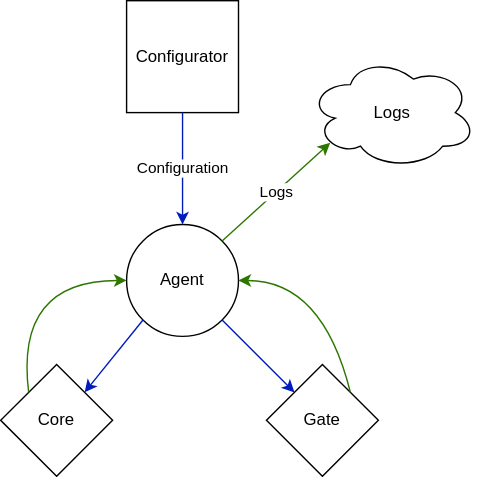
RoboTradeCode/agent keeps this draw.io diagram as scheme.svg. Above is the earlier version. Source tidied: cells renumbered, new cells last; positions are measured from the earlier drawing's top-left corner, leaving out a move shared by most shapes. Its diagram source:
```xml
<mxGraphModel>
  <root>
    <mxCell id="0" />
    <mxCell id="1" parent="0" />
    <mxCell id="2" value="Agent" style="ellipse;whiteSpace=wrap;html=1;" parent="1" vertex="1">
      <mxGeometry x="90" y="160" width="80" height="80" as="geometry" />
    </mxCell>
    <mxCell id="3" value="Configurator" style="whiteSpace=wrap;html=1;" parent="1" vertex="1">
      <mxGeometry x="90" width="80" height="80" as="geometry" />
    </mxCell>
    <mxCell id="4" value="Core" style="rhombus;whiteSpace=wrap;html=1;" parent="1" vertex="1">
      <mxGeometry y="260" width="80" height="80" as="geometry" />
    </mxCell>
    <mxCell id="5" value="Gate" style="rhombus;whiteSpace=wrap;html=1;" parent="1" vertex="1">
      <mxGeometry x="190" y="260" width="80" height="80" as="geometry" />
    </mxCell>
    <mxCell id="6" value="Logs" style="ellipse;shape=cloud;whiteSpace=wrap;html=1;" parent="1" vertex="1">
      <mxGeometry x="220" y="40" width="120" height="80" as="geometry" />
    </mxCell>
    <mxCell id="7" style="endArrow=classic;html=1;rounded=0;entryX=1;entryY=0;entryDx=0;entryDy=0;exitX=0;exitY=1;exitDx=0;exitDy=0;fillColor=#0050ef;strokeColor=#001DBC;" parent="1" edge="1" source="2" target="4">
      <mxGeometry relative="1" as="geometry" />
    </mxCell>
    <mxCell id="8" style="endArrow=classic;html=1;rounded=0;exitX=1;exitY=1;exitDx=0;exitDy=0;entryX=0;entryY=0;entryDx=0;entryDy=0;fillColor=#0050ef;strokeColor=#001DBC;" parent="1" edge="1" source="2" target="5">
      <mxGeometry relative="1" as="geometry" />
    </mxCell>
    <mxCell id="9" value="Configuration" style="endArrow=classic;html=1;rounded=0;entryX=0.5;entryY=0;entryDx=0;entryDy=0;exitX=0.5;exitY=1;exitDx=0;exitDy=0;fillColor=#0050ef;strokeColor=#001DBC;" parent="1" edge="1" source="3" target="2">
      <mxGeometry relative="1" as="geometry" />
    </mxCell>
    <mxCell id="10" style="curved=1;endArrow=classic;html=1;rounded=0;exitX=0;exitY=0;exitDx=0;exitDy=0;entryX=0;entryY=0.5;entryDx=0;entryDy=0;fillColor=#60a917;strokeColor=#2D7600;" parent="1" edge="1" source="4" target="2">
      <mxGeometry relative="1" as="geometry">
        <Array as="points">
          <mxPoint x="10" y="200" />
        </Array>
      </mxGeometry>
    </mxCell>
    <mxCell id="11" style="curved=1;endArrow=classic;html=1;rounded=0;exitX=1;exitY=0;exitDx=0;exitDy=0;entryX=1;entryY=0.5;entryDx=0;entryDy=0;fillColor=#60a917;strokeColor=#2D7600;" parent="1" edge="1" source="5" target="2">
      <mxGeometry relative="1" as="geometry">
        <Array as="points">
          <mxPoint x="230" y="200" />
        </Array>
      </mxGeometry>
    </mxCell>
    <mxCell id="12" value="Logs" style="endArrow=classic;html=1;rounded=0;exitX=1;exitY=0;exitDx=0;exitDy=0;entryX=0.13;entryY=0.77;entryDx=0;entryDy=0;entryPerimeter=0;fillColor=#60a917;strokeColor=#2D7600;" parent="1" edge="1" source="2" target="6">
      <mxGeometry relative="1" as="geometry" />
    </mxCell>
  </root>
</mxGraphModel>
```
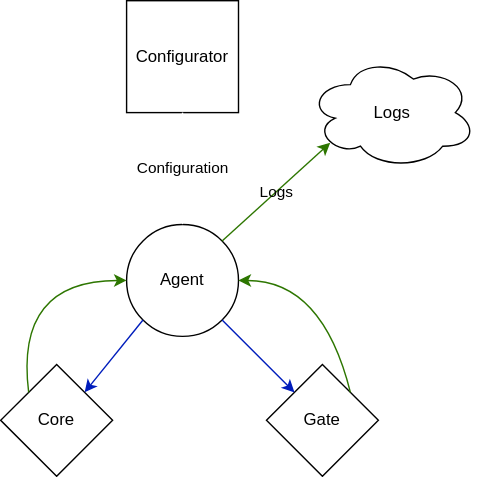
After the change.

Change to the diagram source:
```diff
@@ -2,19 +2,19 @@
   <root>
     <mxCell id="0" />
     <mxCell id="1" parent="0" />
-    <mxCell id="2" value="Agent" style="ellipse;whiteSpace=wrap;html=1;" parent="1" vertex="1">
+    <mxCell id="2" value="Agent" style="ellipse;whiteSpace=wrap;html=1;fillColor=none;" parent="1" vertex="1">
       <mxGeometry x="90" y="160" width="80" height="80" as="geometry" />
     </mxCell>
-    <mxCell id="3" value="Configurator" style="whiteSpace=wrap;html=1;" parent="1" vertex="1">
+    <mxCell id="3" value="Configurator" style="whiteSpace=wrap;html=1;fillColor=none;" parent="1" vertex="1">
       <mxGeometry x="90" width="80" height="80" as="geometry" />
     </mxCell>
-    <mxCell id="4" value="Core" style="rhombus;whiteSpace=wrap;html=1;" parent="1" vertex="1">
+    <mxCell id="4" value="Core" style="rhombus;whiteSpace=wrap;html=1;fillColor=none;" parent="1" vertex="1">
       <mxGeometry y="260" width="80" height="80" as="geometry" />
     </mxCell>
-    <mxCell id="5" value="Gate" style="rhombus;whiteSpace=wrap;html=1;" parent="1" vertex="1">
+    <mxCell id="5" value="Gate" style="rhombus;whiteSpace=wrap;html=1;fillColor=none;" parent="1" vertex="1">
       <mxGeometry x="190" y="260" width="80" height="80" as="geometry" />
     </mxCell>
-    <mxCell id="6" value="Logs" style="ellipse;shape=cloud;whiteSpace=wrap;html=1;" parent="1" vertex="1">
+    <mxCell id="6" value="Logs" style="ellipse;shape=cloud;whiteSpace=wrap;html=1;fillColor=none;" parent="1" vertex="1">
       <mxGeometry x="220" y="40" width="120" height="80" as="geometry" />
     </mxCell>
     <mxCell id="7" style="endArrow=classic;html=1;rounded=0;entryX=1;entryY=0;entryDx=0;entryDy=0;exitX=0;exitY=1;exitDx=0;exitDy=0;fillColor=#0050ef;strokeColor=#001DBC;" parent="1" edge="1" source="2" target="4">
@@ -23,7 +23,7 @@
     <mxCell id="8" style="endArrow=classic;html=1;rounded=0;exitX=1;exitY=1;exitDx=0;exitDy=0;entryX=0;entryY=0;entryDx=0;entryDy=0;fillColor=#0050ef;strokeColor=#001DBC;" parent="1" edge="1" source="2" target="5">
       <mxGeometry relative="1" as="geometry" />
     </mxCell>
-    <mxCell id="9" value="Configuration" style="endArrow=classic;html=1;rounded=0;entryX=0.5;entryY=0;entryDx=0;entryDy=0;exitX=0.5;exitY=1;exitDx=0;exitDy=0;fillColor=#0050ef;strokeColor=#001DBC;" parent="1" edge="1" source="3" target="2">
+    <mxCell id="9" value="Configuration" style="endArrow=classic;html=1;rounded=0;entryX=0.5;entryY=0;entryDx=0;entryDy=0;exitX=0.5;exitY=1;exitDx=0;exitDy=0;fillColor=#0050ef;strokeColor=default;labelBackgroundColor=none;" parent="1" edge="1" source="3" target="2">
       <mxGeometry relative="1" as="geometry" />
     </mxCell>
     <mxCell id="10" style="curved=1;endArrow=classic;html=1;rounded=0;exitX=0;exitY=0;exitDx=0;exitDy=0;entryX=0;entryY=0.5;entryDx=0;entryDy=0;fillColor=#60a917;strokeColor=#2D7600;" parent="1" edge="1" source="4" target="2">
@@ -40,7 +40,7 @@
         </Array>
       </mxGeometry>
     </mxCell>
-    <mxCell id="12" value="Logs" style="endArrow=classic;html=1;rounded=0;exitX=1;exitY=0;exitDx=0;exitDy=0;entryX=0.13;entryY=0.77;entryDx=0;entryDy=0;entryPerimeter=0;fillColor=#60a917;strokeColor=#2D7600;" parent="1" edge="1" source="2" target="6">
+    <mxCell id="12" value="Logs" style="endArrow=classic;html=1;rounded=0;exitX=1;exitY=0;exitDx=0;exitDy=0;entryX=0.13;entryY=0.77;entryDx=0;entryDy=0;entryPerimeter=0;fillColor=#60a917;strokeColor=#2D7600;labelBackgroundColor=none;" parent="1" edge="1" source="2" target="6">
       <mxGeometry relative="1" as="geometry" />
     </mxCell>
   </root>
```
